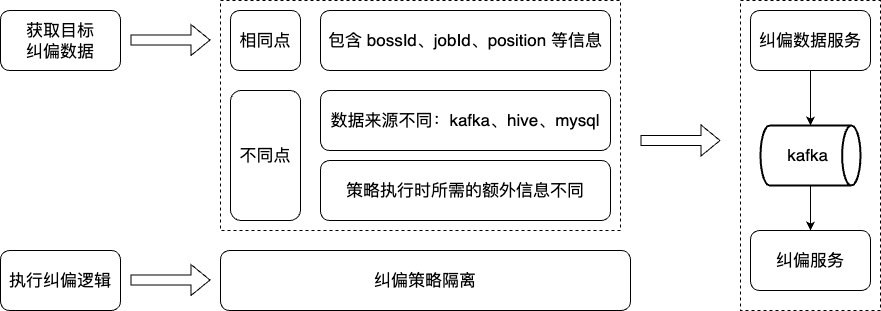
This is work-draw-file/纠偏之支持不同的纠偏策略.png from liujunao/draw-data, a draw.io export, as it was before one commit. Source tidied: cells renumbered, new cells last; positions are measured from the earlier drawing's top-left corner, leaving out a move shared by most shapes.
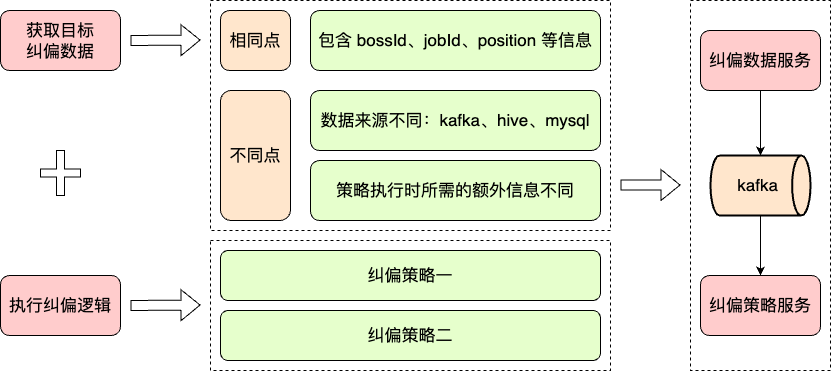
After the commit.

Commit message:
更新纠偏之支持不同的纠偏策略.png

Diff of the diagram source:
```diff
@@ -2,68 +2,77 @@
   <root>
     <mxCell id="0" />
     <mxCell id="1" parent="0" />
+    <mxCell id="20" style="rounded=0;whiteSpace=wrap;html=1;dashed=1;" parent="1" vertex="1">
+      <mxGeometry x="220" y="240" width="400" height="130" as="geometry" />
+    </mxCell>
     <mxCell id="2" style="rounded=0;whiteSpace=wrap;html=1;dashed=1;" parent="1" vertex="1">
-      <mxGeometry x="740" width="140" height="310" as="geometry" />
+      <mxGeometry x="700" width="140" height="370" as="geometry" />
     </mxCell>
     <mxCell id="3" style="rounded=0;whiteSpace=wrap;html=1;dashed=1;" parent="1" vertex="1">
       <mxGeometry x="220" width="400" height="230" as="geometry" />
     </mxCell>
-    <mxCell id="4" value="&lt;font size=&quot;3&quot;&gt;获取目标&lt;br&gt;纠偏数据&lt;/font&gt;" style="rounded=1;whiteSpace=wrap;html=1;" parent="1" vertex="1">
-      <mxGeometry y="10" width="120" height="60" as="geometry" />
+    <mxCell id="4" value="&lt;font size=&quot;3&quot;&gt;获取目标&lt;br&gt;纠偏数据&lt;/font&gt;" style="rounded=1;whiteSpace=wrap;html=1;fillColor=#FFCCCC;" parent="1" vertex="1">
+      <mxGeometry x="10" y="10" width="120" height="60" as="geometry" />
     </mxCell>
-    <mxCell id="5" value="&lt;font size=&quot;3&quot;&gt;执行纠偏逻辑&lt;/font&gt;" style="rounded=1;whiteSpace=wrap;html=1;" parent="1" vertex="1">
-      <mxGeometry y="250" width="120" height="60" as="geometry" />
+    <mxCell id="5" value="&lt;font size=&quot;3&quot;&gt;执行纠偏逻辑&lt;/font&gt;" style="rounded=1;whiteSpace=wrap;html=1;fillColor=#FFCCCC;" parent="1" vertex="1">
+      <mxGeometry x="10" y="275" width="120" height="60" as="geometry" />
     </mxCell>
-    <mxCell id="6" value="&lt;font size=&quot;3&quot;&gt;相同点&lt;/font&gt;" style="rounded=1;whiteSpace=wrap;html=1;" parent="1" vertex="1">
+    <mxCell id="6" value="&lt;font size=&quot;3&quot;&gt;相同点&lt;/font&gt;" style="rounded=1;whiteSpace=wrap;html=1;fillColor=#FFE6CC;" parent="1" vertex="1">
       <mxGeometry x="230" y="10" width="70" height="60" as="geometry" />
     </mxCell>
-    <mxCell id="7" value="&lt;font size=&quot;3&quot;&gt;包含 bossId、jobId、position 等信息&lt;/font&gt;" style="rounded=1;whiteSpace=wrap;html=1;" parent="1" vertex="1">
+    <mxCell id="7" value="&lt;font size=&quot;3&quot;&gt;包含 bossId、jobId、position 等信息&lt;/font&gt;" style="rounded=1;whiteSpace=wrap;html=1;fillColor=#E6FFCC;" parent="1" vertex="1">
       <mxGeometry x="320" y="10" width="290" height="60" as="geometry" />
     </mxCell>
-    <mxCell id="8" value="&lt;font size=&quot;3&quot;&gt;不同点&lt;/font&gt;" style="rounded=1;whiteSpace=wrap;html=1;" parent="1" vertex="1">
+    <mxCell id="8" value="&lt;font size=&quot;3&quot;&gt;不同点&lt;/font&gt;" style="rounded=1;whiteSpace=wrap;html=1;fillColor=#FFE6CC;" parent="1" vertex="1">
       <mxGeometry x="230" y="90" width="70" height="130" as="geometry" />
     </mxCell>
-    <mxCell id="9" value="&lt;font size=&quot;3&quot;&gt;数据来源不同：kafka、hive、mysql&lt;/font&gt;" style="rounded=1;whiteSpace=wrap;html=1;" parent="1" vertex="1">
+    <mxCell id="9" value="&lt;font size=&quot;3&quot;&gt;数据来源不同：kafka、hive、mysql&lt;/font&gt;" style="rounded=1;whiteSpace=wrap;html=1;fillColor=#E6FFCC;" parent="1" vertex="1">
       <mxGeometry x="320" y="90" width="290" height="60" as="geometry" />
     </mxCell>
-    <mxCell id="10" value="&lt;font size=&quot;3&quot;&gt;策略执行时所需的额外信息不同&lt;/font&gt;" style="rounded=1;whiteSpace=wrap;html=1;" parent="1" vertex="1">
+    <mxCell id="10" value="&lt;font size=&quot;3&quot;&gt;策略执行时所需的额外信息不同&lt;/font&gt;" style="rounded=1;whiteSpace=wrap;html=1;fillColor=#E6FFCC;" parent="1" vertex="1">
       <mxGeometry x="320" y="160" width="290" height="60" as="geometry" />
     </mxCell>
     <mxCell id="11" style="shape=flexArrow;endArrow=classic;html=1;rounded=0;" parent="1" edge="1">
       <mxGeometry relative="1" as="geometry">
-        <mxPoint x="130" y="39.5" as="sourcePoint" />
+        <mxPoint x="140" y="40" as="sourcePoint" />
         <mxPoint x="210" y="39.5" as="targetPoint" />
       </mxGeometry>
     </mxCell>
-    <mxCell id="12" value="&lt;font size=&quot;3&quot;&gt;纠偏策略隔离&lt;/font&gt;" style="rounded=1;whiteSpace=wrap;html=1;" parent="1" vertex="1">
-      <mxGeometry x="220" y="250" width="410" height="60" as="geometry" />
+    <mxCell id="12" value="&lt;font size=&quot;3&quot;&gt;纠偏策略一&lt;/font&gt;" style="rounded=1;whiteSpace=wrap;html=1;fillColor=#E6FFCC;" parent="1" vertex="1">
+      <mxGeometry x="230" y="250" width="380" height="50" as="geometry" />
     </mxCell>
     <mxCell id="13" style="edgeStyle=orthogonalEdgeStyle;rounded=0;jettySize=auto;html=1;exitX=0.5;exitY=1;exitDx=0;exitDy=0;" parent="1" edge="1" source="14" target="16">
       <mxGeometry relative="1" as="geometry" />
     </mxCell>
-    <mxCell id="14" value="&lt;font size=&quot;3&quot;&gt;纠偏数据服务&lt;/font&gt;" style="rounded=1;whiteSpace=wrap;html=1;" parent="1" vertex="1">
-      <mxGeometry x="750" y="10" width="120" height="60" as="geometry" />
+    <mxCell id="14" value="&lt;font size=&quot;3&quot;&gt;纠偏数据服务&lt;/font&gt;" style="rounded=1;whiteSpace=wrap;html=1;fillColor=#FFCCCC;" parent="1" vertex="1">
+      <mxGeometry x="710" y="30" width="120" height="60" as="geometry" />
     </mxCell>
     <mxCell id="15" style="edgeStyle=orthogonalEdgeStyle;rounded=0;jettySize=auto;html=1;" parent="1" edge="1" source="16" target="17">
       <mxGeometry relative="1" as="geometry" />
     </mxCell>
-    <mxCell id="16" value="&lt;font size=&quot;3&quot;&gt;kafka&amp;nbsp;&lt;/font&gt;" style="strokeWidth=2;html=1;shape=mxgraph.flowchart.direct_data;whiteSpace=wrap;" parent="1" vertex="1">
-      <mxGeometry x="760" y="125" width="100" height="60" as="geometry" />
+    <mxCell id="16" value="&lt;font size=&quot;3&quot;&gt;kafka&amp;nbsp;&lt;/font&gt;" style="strokeWidth=2;html=1;shape=mxgraph.flowchart.direct_data;whiteSpace=wrap;fillColor=#FFE6CC;" parent="1" vertex="1">
+      <mxGeometry x="720" y="155" width="100" height="60" as="geometry" />
     </mxCell>
-    <mxCell id="17" value="&lt;font size=&quot;3&quot;&gt;纠偏服务&lt;/font&gt;" style="rounded=1;whiteSpace=wrap;html=1;" parent="1" vertex="1">
-      <mxGeometry x="750" y="230" width="120" height="60" as="geometry" />
+    <mxCell id="17" value="&lt;font size=&quot;3&quot;&gt;纠偏策略服务&lt;/font&gt;" style="rounded=1;whiteSpace=wrap;html=1;fillColor=#FFCCCC;" parent="1" vertex="1">
+      <mxGeometry x="710" y="275" width="120" height="60" as="geometry" />
     </mxCell>
     <mxCell id="18" style="shape=flexArrow;endArrow=classic;html=1;rounded=0;" parent="1" edge="1">
       <mxGeometry relative="1" as="geometry">
-        <mxPoint x="130" y="279.5" as="sourcePoint" />
-        <mxPoint x="210" y="279.5" as="targetPoint" />
+        <mxPoint x="140" y="305" as="sourcePoint" />
+        <mxPoint x="210" y="304.5" as="targetPoint" />
       </mxGeometry>
     </mxCell>
     <mxCell id="19" style="shape=flexArrow;endArrow=classic;html=1;rounded=0;" parent="1" edge="1">
       <mxGeometry relative="1" as="geometry">
-        <mxPoint x="640" y="140" as="sourcePoint" />
-        <mxPoint x="720" y="140" as="targetPoint" />
+        <mxPoint x="630" y="184.5" as="sourcePoint" />
+        <mxPoint x="690" y="184.5" as="targetPoint" />
       </mxGeometry>
     </mxCell>
+    <mxCell id="21" style="shape=cross;whiteSpace=wrap;html=1;size=0.2;" parent="1" vertex="1">
+      <mxGeometry x="50" y="150" width="40" height="45" as="geometry" />
+    </mxCell>
+    <mxCell id="22" value="&lt;font size=&quot;3&quot;&gt;纠偏策略二&lt;/font&gt;" style="rounded=1;whiteSpace=wrap;html=1;fillColor=#E6FFCC;" parent="1" vertex="1">
+      <mxGeometry x="230" y="310" width="380" height="50" as="geometry" />
+    </mxCell>
   </root>
 </mxGraphModel>
```
